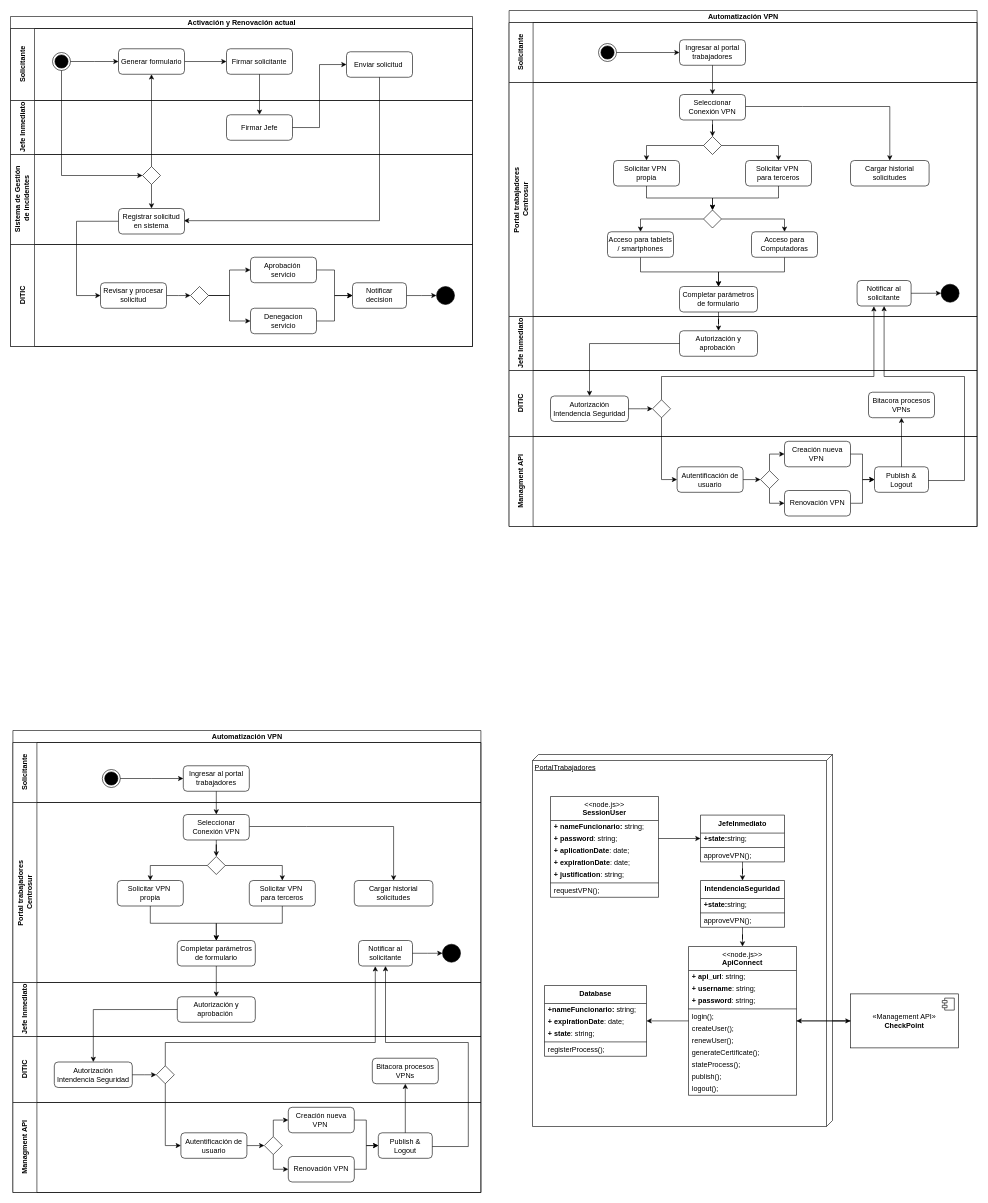
Above: automatizacion-VPN.drawio in bboythian/centrosur-pasantia (draw.io), before the change. Source tidied: cells renumbered, new cells numbered last; positions are measured from the earlier drawing's top-left corner, leaving out a move shared by most shapes. Both pictures are drawn from the tidied source at 60%, with x=0, y=0 at pixel (10, 10).
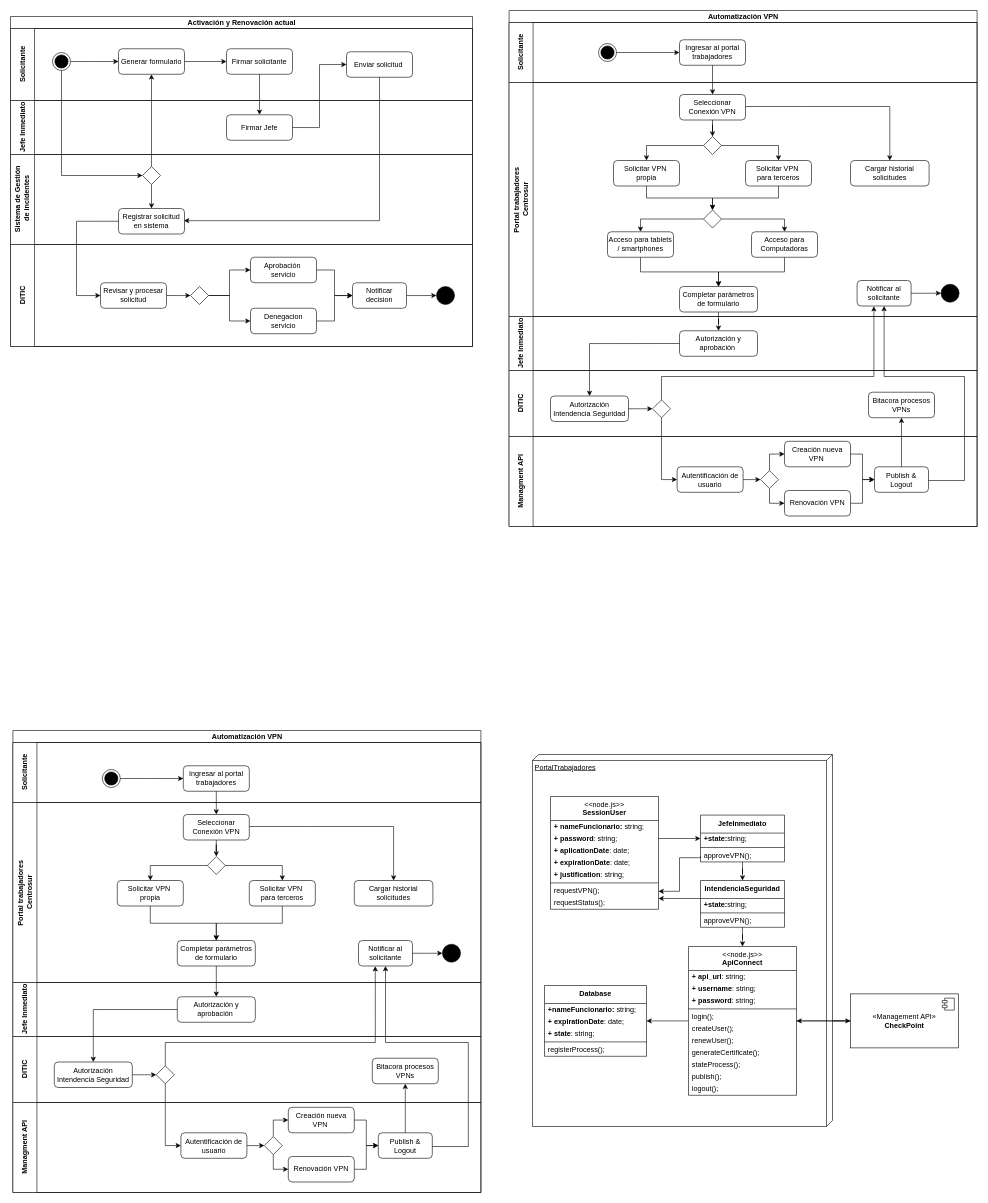
The same page after the edit.

The change refers to these unchanged cells:
```xml
<mxCell id="114" value="requestVPN();" style="text;html=1;strokeColor=none;fillColor=none;align=left;verticalAlign=middle;spacingLeft=4;spacingRight=4;overflow=hidden;points=[[0,0.5],[1,0.5]];portConstraint=eastwest;whiteSpace=wrap;" parent="107" vertex="1">
  <mxGeometry y="148" width="180" height="20" as="geometry" />
</mxCell>
<mxCell id="119" value="approveVPN();" style="text;html=1;strokeColor=none;fillColor=none;align=left;verticalAlign=middle;spacingLeft=4;spacingRight=4;overflow=hidden;points=[[0,0.5],[1,0.5]];portConstraint=eastwest;whiteSpace=wrap;" parent="116" vertex="1">
  <mxGeometry y="58" width="140" height="20" as="geometry" />
</mxCell>
<mxCell id="121" value="&lt;b&gt;IntendenciaSeguridad&lt;/b&gt;" style="swimlane;fontStyle=0;align=center;verticalAlign=top;horizontal=1;startSize=30;html=1;whiteSpace=wrap;" parent="1" vertex="1">
  <mxGeometry x="1150" y="1450" width="140" height="78" as="geometry" />
</mxCell>
```

The edit, as a diff of the source:
```diff
@@
     <mxCell id="107" value="&amp;lt;&amp;lt;node.js&amp;gt;&amp;gt;&lt;br&gt;&lt;b&gt;SessionUser&lt;/b&gt;" style="swimlane;fontStyle=0;align=center;verticalAlign=top;horizontal=1;startSize=40;html=1;whiteSpace=wrap;" parent="1" vertex="1">
-      <mxGeometry x="900" y="1310" width="180" height="168" as="geometry" />
+      <mxGeometry x="900" y="1310" width="180" height="188" as="geometry" />
     </mxCell>
@@
+    <mxCell id="180" value="requestStatus();" style="text;html=1;strokeColor=none;fillColor=none;align=left;verticalAlign=middle;spacingLeft=4;spacingRight=4;overflow=hidden;whiteSpace=wrap;" parent="107" vertex="1">
+      <mxGeometry y="168" width="180" height="20" as="geometry" />
+    </mxCell>
@@
+    <mxCell id="181" style="edgeStyle=orthogonalEdgeStyle;rounded=0;jettySize=auto;html=1;entryX=1;entryY=0.5;entryDx=0;entryDy=0;exitX=0;exitY=0.5;exitDx=0;exitDy=0;" parent="1" edge="1" source="119" target="114">
+      <mxGeometry relative="1" as="geometry">
+        <Array as="points">
+          <mxPoint x="1150" y="1412" />
+          <mxPoint x="1115" y="1412" />
+          <mxPoint x="1115" y="1468" />
+        </Array>
+      </mxGeometry>
+    </mxCell>
@@
+    <mxCell id="182" style="edgeStyle=orthogonalEdgeStyle;rounded=0;jettySize=auto;html=1;" parent="1" edge="1" source="121">
+      <mxGeometry relative="1" as="geometry">
+        <mxPoint x="1080" y="1480" as="targetPoint" />
+        <Array as="points">
+          <mxPoint x="1080" y="1480" />
+        </Array>
+      </mxGeometry>
+    </mxCell>
```
